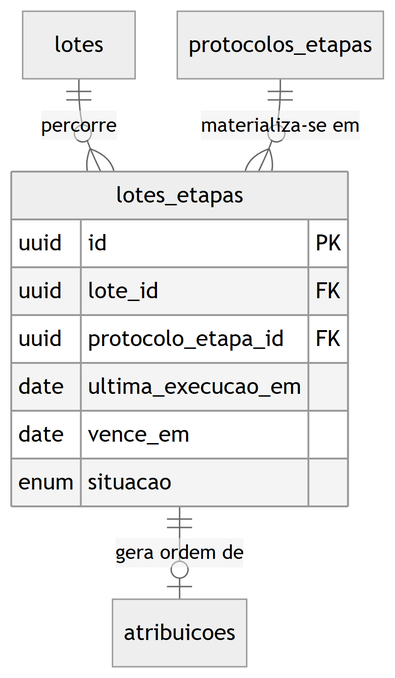
Before: docs/engenharia/modelo-dados-pt/img/fig16-producao-protocolo-do-lote.png, a diagram exported from Mermaid (JoaoMudar/tcc). Its source is kept beside it as docs/engenharia/modelo-dados-pt/mmd/fig16-producao-protocolo-do-lote.mmd.
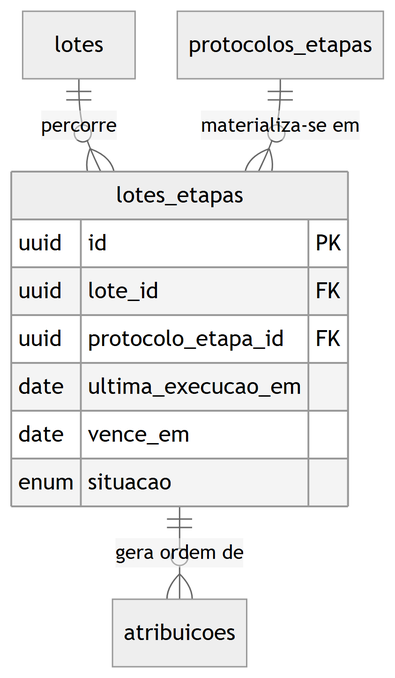
After the change.

Diff of the diagram source:
```diff
@@ -13,4 +13,4 @@
 
   lotes             ||--o{ lotes_etapas : "percorre"
   protocolos_etapas ||--o{ lotes_etapas : "materializa-se em"
-  lotes_etapas      ||--o| atribuicoes  : "gera ordem de"
+  lotes_etapas      ||--o{ atribuicoes  : "gera ordem de"
```
